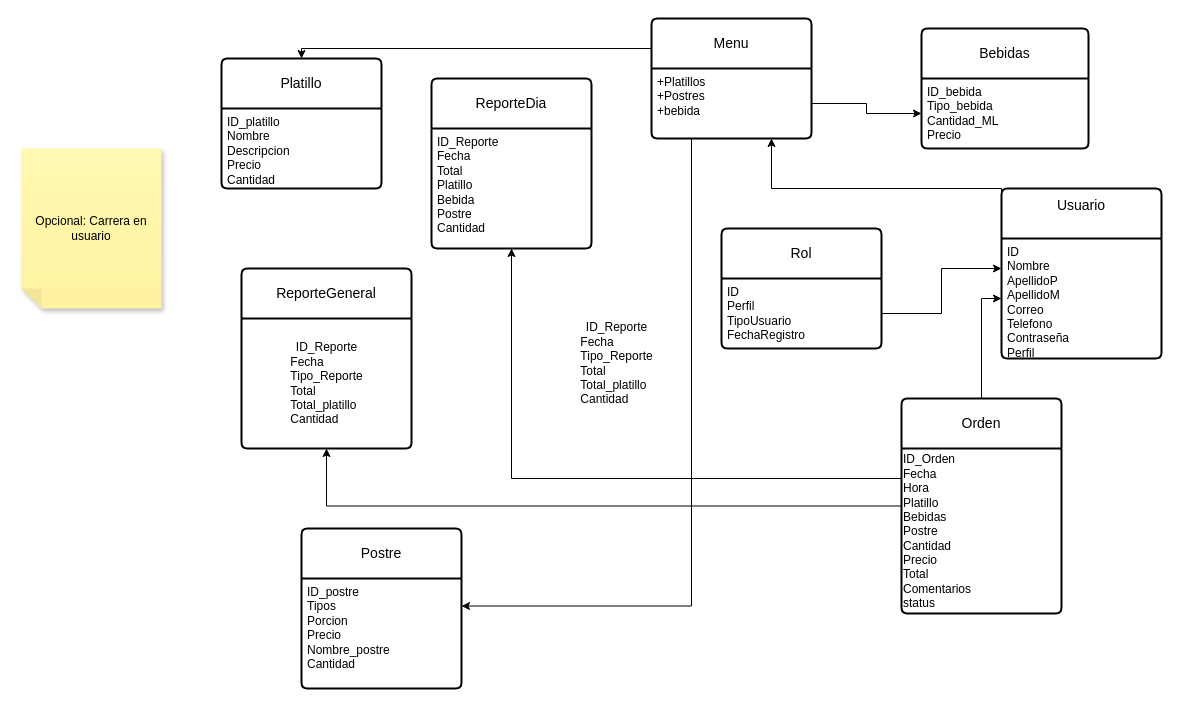
The draw.io diagram Diagrama sin título.drawio in OSCARCH2002/diagramas, before the edit. Source tidied: cells renumbered, new cells numbered last; positions are measured from the earlier drawing's top-left corner, leaving out a move shared by most shapes. Both pictures are drawn from the tidied source at 100%, with x=0, y=0 at pixel (21, 18).
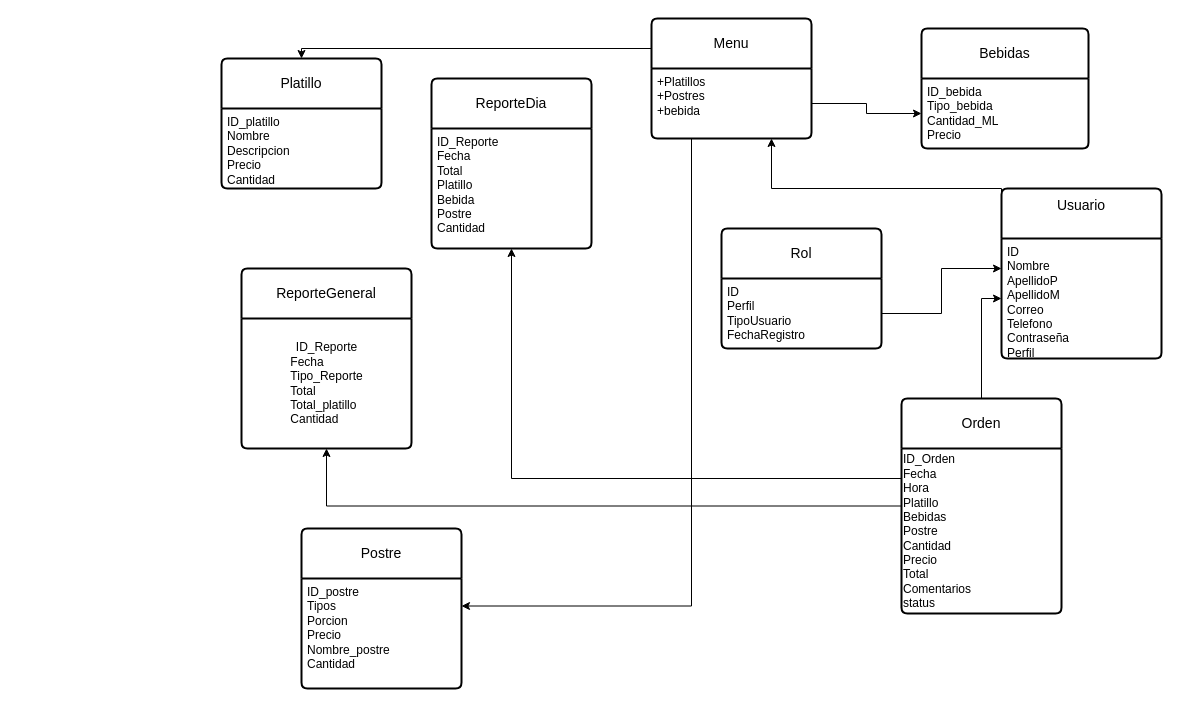
The same page after the edit.

The edit, as a diff of the source:
```diff
@@
-    <mxCell id="23" value="Opcional: Carrera en usuario" style="shape=note;whiteSpace=wrap;html=1;backgroundOutline=1;fontColor=#000000;darkOpacity=0.05;fillColor=#FFF9B2;strokeColor=none;fillStyle=solid;direction=west;gradientDirection=north;gradientColor=#FFF2A1;shadow=1;size=20;" parent="1" vertex="1">
-      <mxGeometry y="130" width="140" height="160" as="geometry" />
-    </mxCell>
@@
-    <mxCell id="29" value="&lt;span style=&quot;text-align: left; text-wrap-mode: wrap;&quot;&gt;ID_Reporte&lt;/span&gt;&lt;div style=&quot;text-align: left; text-wrap-mode: wrap;&quot;&gt;Fecha&lt;/div&gt;&lt;div style=&quot;text-align: left; text-wrap-mode: wrap;&quot;&gt;Tipo&lt;span style=&quot;background-color: transparent; color: light-dark(rgb(0, 0, 0), rgb(255, 255, 255));&quot;&gt;_&lt;/span&gt;&lt;span style=&quot;background-color: transparent; color: light-dark(rgb(0, 0, 0), rgb(255, 255, 255));&quot;&gt;Reporte&lt;/span&gt;&lt;/div&gt;&lt;div style=&quot;text-align: left; text-wrap-mode: wrap;&quot;&gt;Total&lt;/div&gt;&lt;div style=&quot;text-align: left; text-wrap-mode: wrap;&quot;&gt;Total&lt;span style=&quot;background-color: transparent; color: light-dark(rgb(0, 0, 0), rgb(255, 255, 255));&quot;&gt;_&lt;/span&gt;&lt;span style=&quot;background-color: transparent; color: light-dark(rgb(0, 0, 0), rgb(255, 255, 255));&quot;&gt;platillo&lt;/span&gt;&lt;/div&gt;&lt;div style=&quot;text-align: left; text-wrap-mode: wrap;&quot;&gt;Cantidad&lt;/div&gt;" style="text;html=1;align=center;verticalAlign=middle;strokeColor=none;fillColor=none;" parent="1" vertex="1">
-      <mxGeometry x="510" y="280" width="170" height="130" as="geometry" />
-    </mxCell>
```
